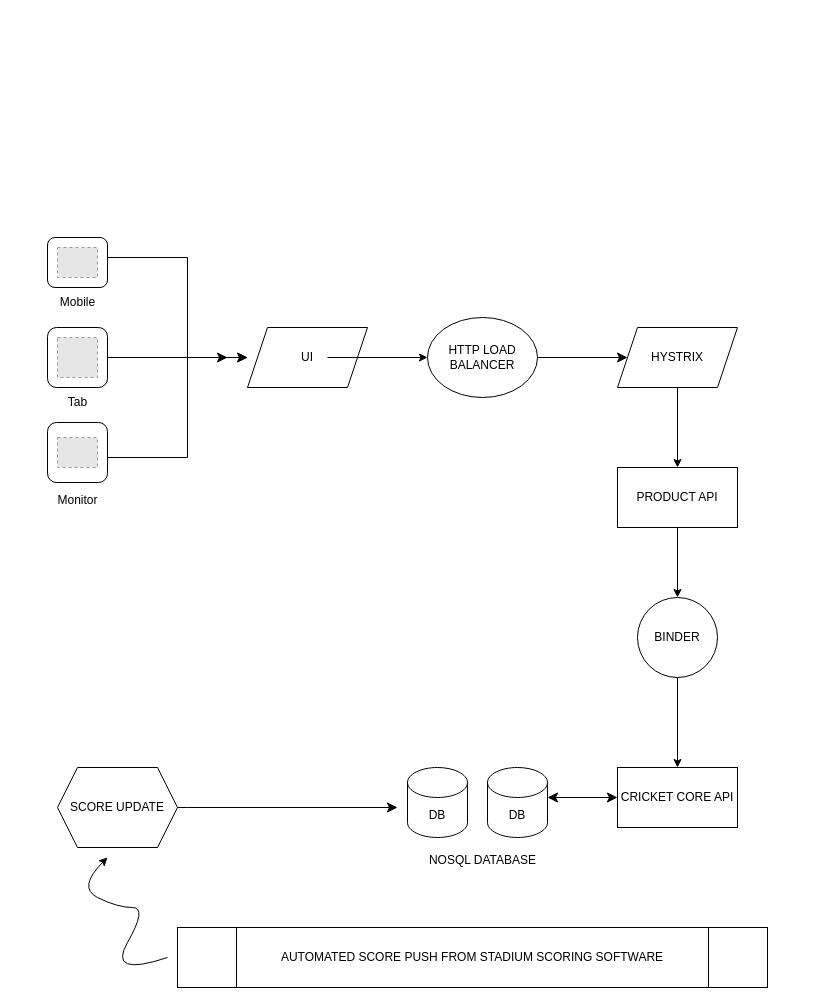
Earlier version of the draw.io diagram Untitled Diagram.drawio (pesto-students/p7-sachin-divyamayavan). Source tidied: cells renumbered, new cells numbered last; positions are measured from the earlier drawing's top-left corner, leaving out a move shared by most shapes. Both pictures are drawn from the tidied source at 100%, with x=0, y=0 at pixel (47, 237). Pictures stored in the file or linked from it are replaced by grey dashed boxes.
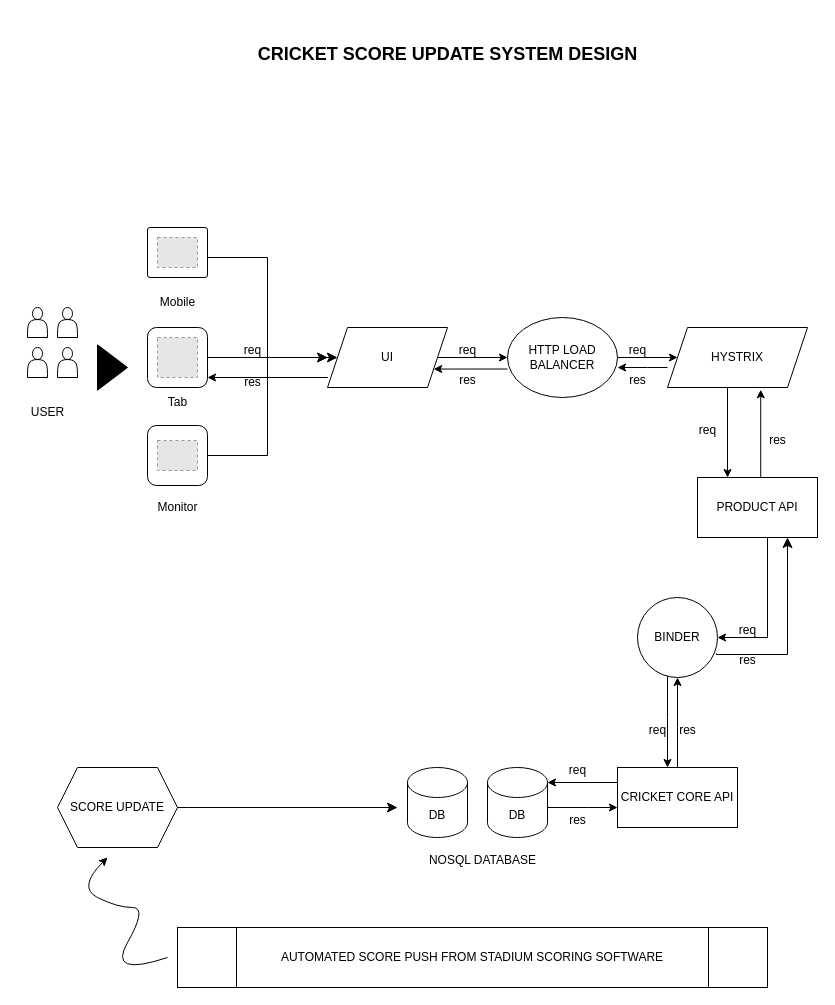
The same diagram, later.

Commit message:
Cricket Score update system design

The change refers to these unchanged cells:
```xml
<mxCell id="23" value="BINDER" style="ellipse;whiteSpace=wrap;html=1;" parent="1" vertex="1">
  <mxGeometry x="590" y="360" width="80" height="80" as="geometry" />
</mxCell>
<mxCell id="24" value="CRICKET CORE API" style="whiteSpace=wrap;html=1;" parent="1" vertex="1">
  <mxGeometry x="570" y="530" width="120" height="60" as="geometry" />
</mxCell>
<mxCell id="26" value="DB" style="shape=cylinder3;whiteSpace=wrap;html=1;boundedLbl=1;backgroundOutline=1;size=15;" parent="1" vertex="1">
  <mxGeometry x="440" y="530" width="60" height="70" as="geometry" />
</mxCell>
```

Diff of the diagram source:
```diff
@@
-    <mxCell id="2" style="rounded=1;whiteSpace=wrap;html=1;" parent="1" vertex="1">
-      <mxGeometry width="60" height="50" as="geometry" />
+    <mxCell id="2" style="rounded=1;whiteSpace=wrap;html=1;arcSize=5;" parent="1" vertex="1">
+      <mxGeometry x="100" y="-10" width="60" height="50" as="geometry" />
     </mxCell>
     <mxCell id="3" style="fillColor=#E6E6E6;strokeColor=#999999;dashed=1;verticalLabelPosition=bottom;verticalAlign=top;" parent="1" vertex="1">
-      <mxGeometry x="10" y="10" width="40" height="30" as="geometry" />
+      <mxGeometry x="110" width="40" height="30" as="geometry" />
     </mxCell>
     <mxCell id="4" style="rounded=1;whiteSpace=wrap;html=1;" parent="1" vertex="1">
-      <mxGeometry y="90" width="60" height="60" as="geometry" />
+      <mxGeometry x="100" y="90" width="60" height="60" as="geometry" />
     </mxCell>
     <mxCell id="5" style="fillColor=#E6E6E6;strokeColor=#999999;dashed=1;verticalLabelPosition=bottom;verticalAlign=top;" parent="1" vertex="1">
-      <mxGeometry x="10" y="100" width="40" height="40" as="geometry" />
+      <mxGeometry x="110" y="100" width="40" height="40" as="geometry" />
     </mxCell>
     <mxCell id="6" style="rounded=1;whiteSpace=wrap;html=1;" parent="1" vertex="1">
-      <mxGeometry y="185" width="60" height="60" as="geometry" />
+      <mxGeometry x="100" y="188" width="60" height="60" as="geometry" />
     </mxCell>
     <mxCell id="7" style="fillColor=#E6E6E6;strokeColor=#999999;dashed=1;verticalLabelPosition=bottom;verticalAlign=top;" parent="1" vertex="1">
-      <mxGeometry x="10" y="200" width="40" height="30" as="geometry" />
+      <mxGeometry x="110" y="203" width="40" height="30" as="geometry" />
     </mxCell>
-    <mxCell id="8" style="edgeStyle=segmentEdgeStyle;endArrow=classic;html=1;curved=0;rounded=0;endSize=8;startSize=8;sourcePerimeterSpacing=0;targetPerimeterSpacing=0;exitX=1;exitY=0.25;exitDx=0;exitDy=0;" parent="1" edge="1" source="2">
-      <mxGeometry relative="1" as="geometry">
-        <mxPoint x="200" y="120" as="targetPoint" />
-        <Array as="points">
-          <mxPoint x="60" y="20" />
-          <mxPoint x="140" y="20" />
-          <mxPoint x="140" y="120" />
-        </Array>
-      </mxGeometry>
-    </mxCell>
-    <mxCell id="9" style="edgeStyle=none;orthogonalLoop=1;jettySize=auto;html=1;rounded=0;" parent="1" edge="1">
-      <mxGeometry relative="1" as="geometry">
-        <mxPoint x="60" y="120" as="sourcePoint" />
-        <mxPoint x="200" y="120" as="targetPoint" />
-      </mxGeometry>
-    </mxCell>
-    <mxCell id="10" style="edgeStyle=segmentEdgeStyle;endArrow=classic;html=1;curved=0;rounded=0;endSize=8;startSize=8;sourcePerimeterSpacing=0;targetPerimeterSpacing=0;exitX=1;exitY=0.5;exitDx=0;exitDy=0;" parent="1" edge="1" source="6">
-      <mxGeometry relative="1" as="geometry">
-        <mxPoint x="180" y="120" as="targetPoint" />
-        <Array as="points">
-          <mxPoint x="60" y="220" />
-          <mxPoint x="140" y="220" />
-          <mxPoint x="140" y="120" />
-        </Array>
-      </mxGeometry>
-    </mxCell>
     <mxCell id="11" value="Mobile" style="text;html=1;align=center;verticalAlign=middle;strokeColor=none;fillColor=none;" parent="1" vertex="1">
-      <mxGeometry y="50" width="60" height="30" as="geometry" />
+      <mxGeometry x="100" y="50" width="60" height="30" as="geometry" />
     </mxCell>
     <mxCell id="12" value="Tab" style="text;html=1;align=center;verticalAlign=middle;strokeColor=none;fillColor=none;" parent="1" vertex="1">
-      <mxGeometry x="10" y="150" width="40" height="30" as="geometry" />
+      <mxGeometry x="110" y="150" width="40" height="30" as="geometry" />
     </mxCell>
     <mxCell id="13" value="Monitor" style="text;html=1;align=center;verticalAlign=middle;strokeColor=none;fillColor=none;" parent="1" vertex="1">
-      <mxGeometry y="248" width="60" height="30" as="geometry" />
+      <mxGeometry x="100" y="255" width="60" height="30" as="geometry" />
     </mxCell>
     <mxCell id="14" value="UI" style="shape=parallelogram;perimeter=parallelogramPerimeter;whiteSpace=wrap;html=1;fixedSize=1;" parent="1" vertex="1">
-      <mxGeometry x="200" y="90" width="120" height="60" as="geometry" />
+      <mxGeometry x="280" y="90" width="120" height="60" as="geometry" />
     </mxCell>
-    <mxCell id="15" style="edgeStyle=none;orthogonalLoop=1;jettySize=auto;html=1;rounded=0;" parent="1" edge="1">
-      <mxGeometry relative="1" as="geometry">
-        <mxPoint x="280" y="120" as="sourcePoint" />
-        <mxPoint x="380" y="120" as="targetPoint" />
-      </mxGeometry>
-    </mxCell>
     <mxCell id="16" value="HTTP LOAD&lt;br&gt;BALANCER" style="ellipse;whiteSpace=wrap;html=1;" parent="1" vertex="1">
-      <mxGeometry x="380" y="80" width="110" height="80" as="geometry" />
+      <mxGeometry x="460" y="80" width="110" height="80" as="geometry" />
     </mxCell>
-    <mxCell id="17" style="edgeStyle=segmentEdgeStyle;endArrow=classic;html=1;curved=0;rounded=0;endSize=8;startSize=8;sourcePerimeterSpacing=0;targetPerimeterSpacing=0;exitX=1;exitY=0.5;exitDx=0;exitDy=0;" parent="1" edge="1" source="16">
-      <mxGeometry relative="1" as="geometry">
-        <mxPoint x="580" y="120" as="targetPoint" />
-        <Array as="points">
-          <mxPoint x="580" y="120" />
-        </Array>
-      </mxGeometry>
-    </mxCell>
-    <mxCell id="18" style="edgeStyle=orthogonalEdgeStyle;rounded=0;jettySize=auto;html=1;" parent="1" edge="1" source="19" target="21">
-      <mxGeometry relative="1" as="geometry" />
-    </mxCell>
     <mxCell id="19" value="HYSTRIX" style="shape=parallelogram;perimeter=parallelogramPerimeter;whiteSpace=wrap;html=1;fixedSize=1;" parent="1" vertex="1">
-      <mxGeometry x="570" y="90" width="120" height="60" as="geometry" />
+      <mxGeometry x="620" y="90" width="140" height="60" as="geometry" />
     </mxCell>
-    <mxCell id="20" style="edgeStyle=orthogonalEdgeStyle;rounded=0;jettySize=auto;html=1;" parent="1" edge="1" source="21" target="23">
-      <mxGeometry relative="1" as="geometry" />
+    <mxCell id="20" style="edgeStyle=orthogonalEdgeStyle;rounded=0;jettySize=auto;html=1;entryX=1;entryY=0.5;entryDx=0;entryDy=0;" parent="1" edge="1" target="23">
+      <mxGeometry relative="1" as="geometry">
+        <mxPoint x="720" y="290" as="sourcePoint" />
+        <Array as="points">
+          <mxPoint x="720" y="400" />
+        </Array>
+      </mxGeometry>
     </mxCell>
     <mxCell id="21" value="PRODUCT API" style="whiteSpace=wrap;html=1;" parent="1" vertex="1">
-      <mxGeometry x="570" y="230" width="120" height="60" as="geometry" />
+      <mxGeometry x="650" y="240" width="120" height="60" as="geometry" />
     </mxCell>
     <mxCell id="22" style="edgeStyle=orthogonalEdgeStyle;rounded=0;jettySize=auto;html=1;" parent="1" edge="1" source="23" target="24">
-      <mxGeometry relative="1" as="geometry" />
+      <mxGeometry relative="1" as="geometry">
+        <Array as="points">
+          <mxPoint x="620" y="480" />
+          <mxPoint x="620" y="480" />
+        </Array>
+      </mxGeometry>
     </mxCell>
@@
-    <mxCell id="25" style="edgeStyle=none;orthogonalLoop=1;jettySize=auto;html=1;endArrow=classic;startArrow=classic;endSize=8;startSize=8;rounded=0;" parent="1" edge="1">
-      <mxGeometry relative="1" as="geometry">
-        <mxPoint x="500" y="560" as="sourcePoint" />
-        <mxPoint x="570" y="560" as="targetPoint" />
-      </mxGeometry>
-    </mxCell>
@@
+    <mxCell id="33" value="&lt;h1&gt;&lt;span style=&quot;font-size: 18px;&quot;&gt;CRICKET SCORE UPDATE SYSTEM DESIGN&lt;/span&gt;&lt;/h1&gt;" style="text;html=1;align=center;verticalAlign=middle;strokeColor=none;fillColor=none;" parent="1" vertex="1">
+      <mxGeometry x="200" y="-220" width="400" height="70" as="geometry" />
+    </mxCell>
+    <mxCell id="34" style="edgeStyle=segmentEdgeStyle;endArrow=classic;html=1;curved=0;rounded=0;endSize=8;startSize=8;sourcePerimeterSpacing=0;targetPerimeterSpacing=0;" parent="1" edge="1" target="14">
+      <mxGeometry relative="1" as="geometry">
+        <mxPoint x="160" y="20" as="sourcePoint" />
+        <Array as="points">
+          <mxPoint x="220" y="20" />
+          <mxPoint x="220" y="120" />
+        </Array>
+      </mxGeometry>
+    </mxCell>
+    <mxCell id="35" style="edgeStyle=none;orthogonalLoop=1;jettySize=auto;html=1;rounded=0;" parent="1" edge="1">
+      <mxGeometry relative="1" as="geometry">
+        <mxPoint x="160" y="120" as="sourcePoint" />
+        <mxPoint x="280" y="120" as="targetPoint" />
+      </mxGeometry>
+    </mxCell>
+    <mxCell id="36" style="edgeStyle=segmentEdgeStyle;endArrow=classic;html=1;curved=0;rounded=0;endSize=8;startSize=8;sourcePerimeterSpacing=0;targetPerimeterSpacing=0;exitX=1;exitY=0.5;exitDx=0;exitDy=0;" parent="1" edge="1" source="6">
+      <mxGeometry relative="1" as="geometry">
+        <mxPoint x="280" y="120" as="targetPoint" />
+        <Array as="points">
+          <mxPoint x="220" y="218" />
+          <mxPoint x="220" y="120" />
+        </Array>
+      </mxGeometry>
+    </mxCell>
+    <mxCell id="37" style="endArrow=classic;html=1;rounded=0;" parent="1" edge="1">
+      <mxGeometry relative="1" as="geometry">
+        <mxPoint x="270" y="140" as="sourcePoint" />
+        <mxPoint x="160" y="140" as="targetPoint" />
+        <Array as="points">
+          <mxPoint x="280" y="140" />
+          <mxPoint x="160" y="140" />
+        </Array>
+      </mxGeometry>
+    </mxCell>
+    <mxCell id="38" style="edgeStyle=none;jettySize=auto;html=1;rounded=0;exitX=1;exitY=0.5;exitDx=0;exitDy=0;entryX=0;entryY=0.5;entryDx=0;entryDy=0;" parent="1" edge="1" source="14" target="16">
+      <mxGeometry relative="1" as="geometry" />
+    </mxCell>
+    <mxCell id="39" style="endArrow=classic;html=1;rounded=0;entryX=1;entryY=0.75;entryDx=0;entryDy=0;exitX=0;exitY=0.644;exitDx=0;exitDy=0;exitPerimeter=0;" parent="1" edge="1" source="16" target="14">
+      <mxGeometry relative="1" as="geometry" />
+    </mxCell>
+    <mxCell id="40" style="endArrow=classic;html=1;rounded=0;entryX=0;entryY=0.5;entryDx=0;entryDy=0;exitX=1;exitY=0.5;exitDx=0;exitDy=0;" parent="1" edge="1" source="16" target="19">
+      <mxGeometry relative="1" as="geometry" />
+    </mxCell>
+    <mxCell id="41" style="edgeStyle=none;orthogonalLoop=1;jettySize=auto;html=1;rounded=0;" parent="1" edge="1">
+      <mxGeometry relative="1" as="geometry">
+        <mxPoint x="620" y="130" as="sourcePoint" />
+        <mxPoint x="570" y="130" as="targetPoint" />
+        <Array as="points">
+          <mxPoint x="600" y="130" />
+        </Array>
+      </mxGeometry>
+    </mxCell>
+    <mxCell id="42" style="edgeStyle=segmentEdgeStyle;endArrow=classic;html=1;curved=0;rounded=0;endSize=8;startSize=8;sourcePerimeterSpacing=0;targetPerimeterSpacing=0;exitX=0.986;exitY=0.699;exitDx=0;exitDy=0;exitPerimeter=0;" parent="1" edge="1" source="23">
+      <mxGeometry relative="1" as="geometry">
+        <mxPoint x="740" y="300" as="targetPoint" />
+        <Array as="points">
+          <mxPoint x="740" y="417" />
+        </Array>
+      </mxGeometry>
+    </mxCell>
+    <mxCell id="43" style="edgeStyle=none;jettySize=auto;html=1;rounded=0;entryX=0.5;entryY=1;entryDx=0;entryDy=0;exitX=0.5;exitY=0;exitDx=0;exitDy=0;" parent="1" edge="1" source="24" target="23">
+      <mxGeometry relative="1" as="geometry">
+        <Array as="points">
+          <mxPoint x="630" y="490" />
+        </Array>
+      </mxGeometry>
+    </mxCell>
+    <mxCell id="44" style="edgeStyle=none;jettySize=auto;html=1;rounded=0;entryX=1;entryY=0;entryDx=0;entryDy=15;entryPerimeter=0;exitX=0;exitY=0.25;exitDx=0;exitDy=0;" parent="1" edge="1" source="24" target="26">
+      <mxGeometry relative="1" as="geometry" />
+    </mxCell>
+    <mxCell id="45" style="edgeStyle=none;orthogonalLoop=1;jettySize=auto;html=1;rounded=0;" parent="1" edge="1">
+      <mxGeometry relative="1" as="geometry">
+        <mxPoint x="500" y="570" as="sourcePoint" />
+        <mxPoint x="570" y="570" as="targetPoint" />
+        <Array as="points">
+          <mxPoint x="540" y="570" />
+        </Array>
+      </mxGeometry>
+    </mxCell>
+    <mxCell id="46" style="edgeStyle=none;jettySize=auto;html=1;rounded=0;entryX=0.25;entryY=0;entryDx=0;entryDy=0;" parent="1" edge="1" target="21">
+      <mxGeometry relative="1" as="geometry">
+        <mxPoint x="680" y="150" as="sourcePoint" />
+      </mxGeometry>
+    </mxCell>
+    <mxCell id="47" style="edgeStyle=none;jettySize=auto;html=1;rounded=0;exitX=0.527;exitY=0;exitDx=0;exitDy=0;exitPerimeter=0;entryX=0.666;entryY=1.037;entryDx=0;entryDy=0;entryPerimeter=0;" parent="1" edge="1" source="21" target="19">
+      <mxGeometry relative="1" as="geometry" />
+    </mxCell>
+    <mxCell id="48" style="shape=actor;whiteSpace=wrap;html=1;" parent="1" vertex="1">
+      <mxGeometry x="-20" y="70" width="20" height="30" as="geometry" />
+    </mxCell>
+    <mxCell id="49" style="shape=actor;whiteSpace=wrap;html=1;" parent="1" vertex="1">
+      <mxGeometry x="10" y="70" width="20" height="30" as="geometry" />
+    </mxCell>
+    <mxCell id="50" style="shape=actor;whiteSpace=wrap;html=1;" parent="1" vertex="1">
+      <mxGeometry x="-20" y="110" width="20" height="30" as="geometry" />
+    </mxCell>
+    <mxCell id="51" style="shape=actor;whiteSpace=wrap;html=1;" parent="1" vertex="1">
+      <mxGeometry x="10" y="110" width="20" height="30" as="geometry" />
+    </mxCell>
+    <mxCell id="52" value="USER" style="text;html=1;align=center;verticalAlign=middle;strokeColor=none;fillColor=none;" parent="1" vertex="1">
+      <mxGeometry x="-30" y="160" width="60" height="30" as="geometry" />
+    </mxCell>
+    <mxCell id="53" value="req" style="text;html=1;align=center;verticalAlign=middle;strokeColor=none;fillColor=none;" parent="1" vertex="1">
+      <mxGeometry x="185" y="98" width="40" height="30" as="geometry" />
+    </mxCell>
+    <mxCell id="54" value="req" style="text;html=1;align=center;verticalAlign=middle;strokeColor=none;fillColor=none;" parent="1" vertex="1">
+      <mxGeometry x="400" y="98" width="40" height="30" as="geometry" />
+    </mxCell>
+    <mxCell id="55" value="req" style="text;html=1;align=center;verticalAlign=middle;strokeColor=none;fillColor=none;" parent="1" vertex="1">
+      <mxGeometry x="570" y="98" width="40" height="30" as="geometry" />
+    </mxCell>
+    <mxCell id="56" value="res" style="text;html=1;align=center;verticalAlign=middle;strokeColor=none;fillColor=none;" parent="1" vertex="1">
+      <mxGeometry x="185" y="130" width="40" height="30" as="geometry" />
+    </mxCell>
+    <mxCell id="57" value="res" style="text;html=1;align=center;verticalAlign=middle;strokeColor=none;fillColor=none;" parent="1" vertex="1">
+      <mxGeometry x="400" y="128" width="40" height="30" as="geometry" />
+    </mxCell>
+    <mxCell id="58" value="res" style="text;html=1;align=center;verticalAlign=middle;strokeColor=none;fillColor=none;" parent="1" vertex="1">
+      <mxGeometry x="570" y="128" width="40" height="30" as="geometry" />
+    </mxCell>
+    <mxCell id="59" value="req" style="text;html=1;align=center;verticalAlign=middle;strokeColor=none;fillColor=none;" parent="1" vertex="1">
+      <mxGeometry x="640" y="178" width="40" height="30" as="geometry" />
+    </mxCell>
+    <mxCell id="60" value="res" style="text;html=1;align=center;verticalAlign=middle;strokeColor=none;fillColor=none;" parent="1" vertex="1">
+      <mxGeometry x="710" y="188" width="40" height="30" as="geometry" />
+    </mxCell>
+    <mxCell id="61" value="req" style="text;html=1;align=center;verticalAlign=middle;strokeColor=none;fillColor=none;" parent="1" vertex="1">
+      <mxGeometry x="680" y="378" width="40" height="30" as="geometry" />
+    </mxCell>
+    <mxCell id="62" value="res" style="text;html=1;align=center;verticalAlign=middle;strokeColor=none;fillColor=none;" parent="1" vertex="1">
+      <mxGeometry x="680" y="408" width="40" height="30" as="geometry" />
+    </mxCell>
+    <mxCell id="63" value="req" style="text;html=1;align=center;verticalAlign=middle;strokeColor=none;fillColor=none;" parent="1" vertex="1">
+      <mxGeometry x="590" y="478" width="40" height="30" as="geometry" />
+    </mxCell>
+    <mxCell id="64" value="res" style="text;html=1;align=center;verticalAlign=middle;strokeColor=none;fillColor=none;" parent="1" vertex="1">
+      <mxGeometry x="620" y="478" width="40" height="30" as="geometry" />
+    </mxCell>
+    <mxCell id="65" value="req" style="text;html=1;align=center;verticalAlign=middle;strokeColor=none;fillColor=none;" parent="1" vertex="1">
+      <mxGeometry x="510" y="518" width="40" height="30" as="geometry" />
+    </mxCell>
+    <mxCell id="66" value="res" style="text;html=1;align=center;verticalAlign=middle;strokeColor=none;fillColor=none;" parent="1" vertex="1">
+      <mxGeometry x="510" y="568" width="40" height="30" as="geometry" />
+    </mxCell>
+    <mxCell id="67" style="shape=mxgraph.arrows2.wedgeArrow;html=1;startWidth=22.666666666666664;fillColor=strokeColor;defaultFillColor=invert;defaultGradientColor=invert;rounded=0;" parent="1" edge="1">
+      <mxGeometry relative="1" as="geometry">
+        <mxPoint x="50" y="130" as="sourcePoint" />
+        <mxPoint x="80" y="130" as="targetPoint" />
+      </mxGeometry>
+    </mxCell>
```
